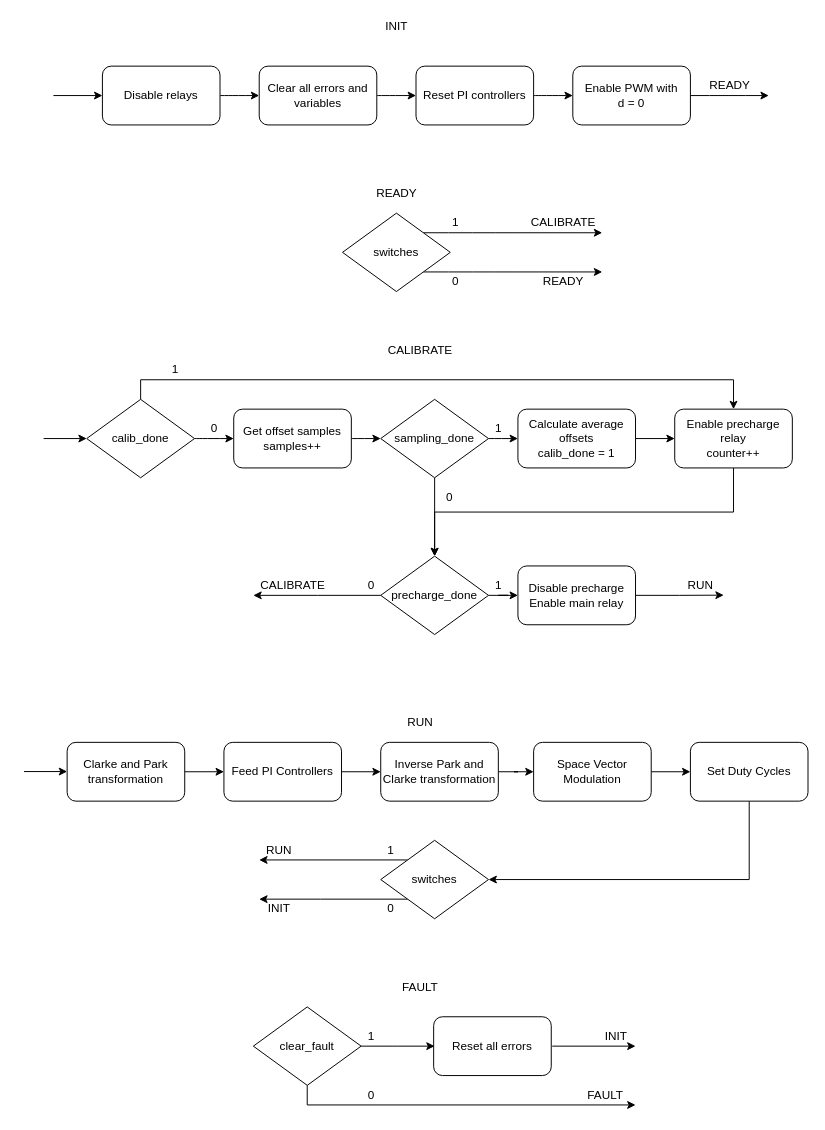
SR-Madsen/ElectricGoKart keeps this draw.io diagram as page "StateFlows" (3 of 4) of Overview/SoftwareArchitecture.drawio. Above is the earlier version. Source tidied: cells renumbered, new cells numbered last; positions are measured from the earlier drawing's top-left corner, leaving out a move shared by most shapes. Both pictures are drawn from the tidied source at 98%, with x=0, y=0 at pixel (24, 17).
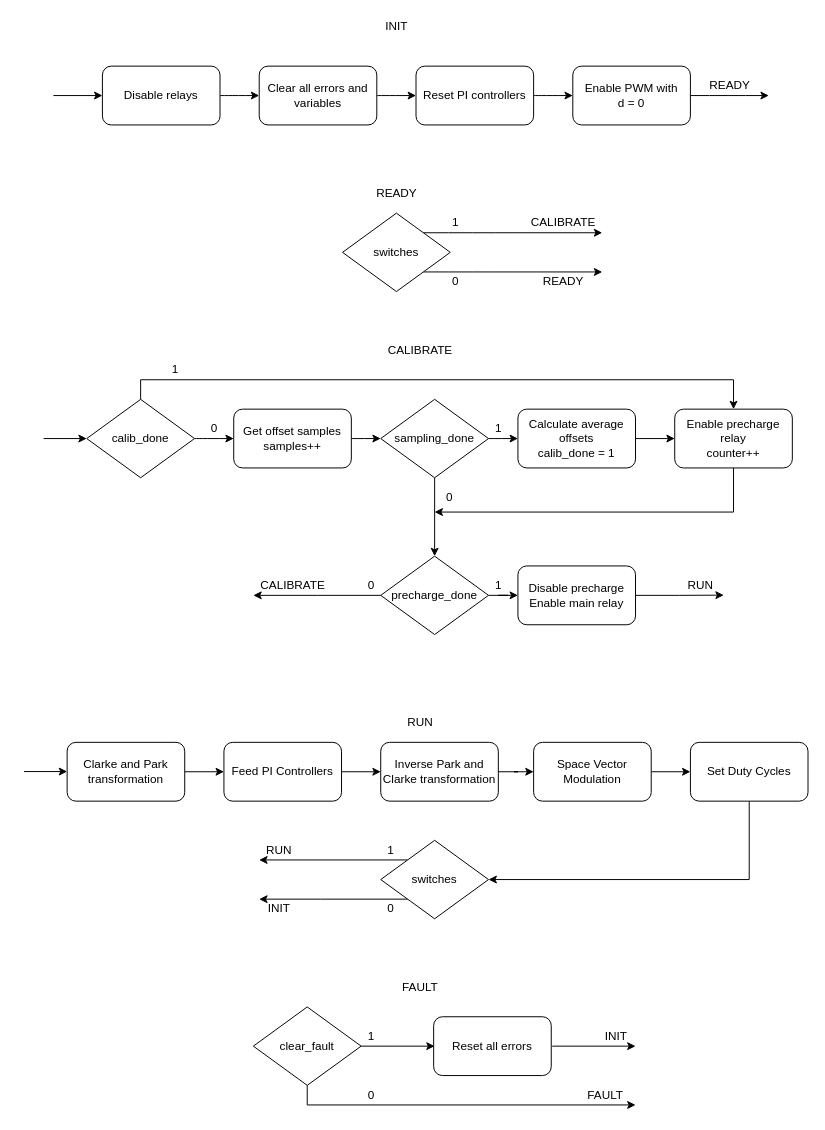
The same diagram, later.

Unchanged cells that the change refers to:
```xml
<mxCell id="36" value="precharge_done" style="rhombus;whiteSpace=wrap;html=1;" parent="1" vertex="1">
  <mxGeometry x="364" y="550" width="110" height="80" as="geometry" />
</mxCell>
<mxCell id="38" value="&lt;div&gt;Enable precharge relay&lt;/div&gt;counter++" style="rounded=1;whiteSpace=wrap;html=1;" parent="1" vertex="1">
  <mxGeometry x="664" y="400" width="120" height="60" as="geometry" />
</mxCell>
```

Change to the diagram source:
```diff
@@
-    <mxCell id="37" style="edgeStyle=orthogonalEdgeStyle;rounded=0;jettySize=auto;html=1;exitX=0.5;exitY=1;exitDx=0;exitDy=0;entryX=0.5;entryY=0;entryDx=0;entryDy=0;startArrow=none;startFill=0;" parent="1" edge="1" source="38" target="36">
-      <mxGeometry relative="1" as="geometry" />
+    <mxCell id="37" style="edgeStyle=orthogonalEdgeStyle;rounded=0;jettySize=auto;html=1;exitX=0.5;exitY=1;exitDx=0;exitDy=0;startArrow=none;startFill=0;" parent="1" edge="1" source="38">
+      <mxGeometry relative="1" as="geometry">
+        <mxPoint x="419" y="505" as="targetPoint" />
+        <Array as="points">
+          <mxPoint x="724" y="505" />
+        </Array>
+      </mxGeometry>
     </mxCell>
```
